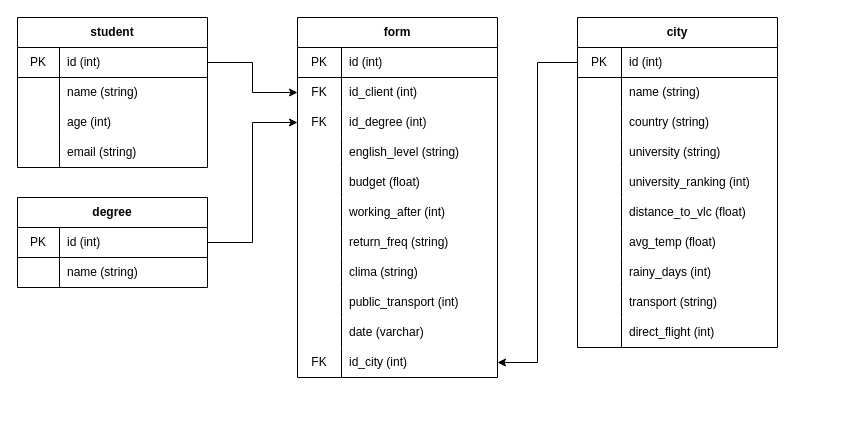
Earlier version of the draw.io diagram WakeTeam_db.drawio (viasmo1/edem-mda-DP1-wake). Source tidied: cells renumbered, new cells numbered last; positions are measured from the earlier drawing's top-left corner, leaving out a move shared by most shapes. Both pictures are drawn from the tidied source at 100%, with x=0, y=0 at pixel (17, 17).
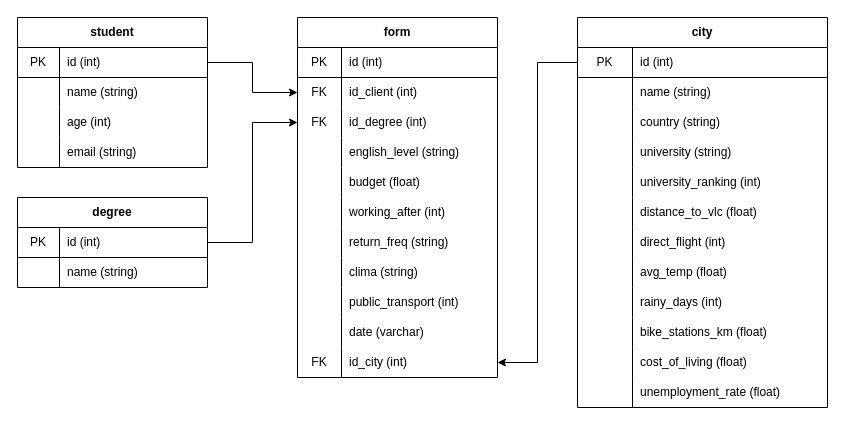
The same diagram, later.

Diff of the diagram source:
```diff
@@
     <mxCell id="15" value="city" style="shape=table;html=1;whiteSpace=wrap;startSize=30;childLayout=tableLayout;rowLines=0;fontStyle=1;align=center;" parent="1" vertex="1">
-      <mxGeometry x="560" width="200" height="330" as="geometry" />
+      <mxGeometry x="560" width="250" height="390" as="geometry" />
     </mxCell>
     <mxCell id="16" style="shape=partialRectangle;html=1;whiteSpace=wrap;fillColor=none;top=0;left=0;bottom=1;right=0;points=[[0,0.5],[1,0.5]];portConstraint=eastwest;" parent="15" vertex="1">
-      <mxGeometry y="30" width="200" height="30" as="geometry" />
+      <mxGeometry y="30" width="250" height="30" as="geometry" />
     </mxCell>
     <mxCell id="17" value="PK" style="shape=partialRectangle;html=1;whiteSpace=wrap;fillColor=none;top=0;left=0;bottom=0;right=0;overflow=hidden;" parent="16" vertex="1">
-      <mxGeometry width="44" height="30" as="geometry" />
+      <mxGeometry width="55" height="30" as="geometry" />
     </mxCell>
     <mxCell id="18" value="id (int)" style="shape=partialRectangle;html=1;whiteSpace=wrap;fillColor=none;top=0;left=0;bottom=0;right=0;align=left;spacingLeft=6;overflow=hidden;" parent="16" vertex="1">
-      <mxGeometry x="44" width="156" height="30" as="geometry" />
+      <mxGeometry x="55" width="195" height="30" as="geometry" />
     </mxCell>
     <mxCell id="19" style="shape=partialRectangle;html=1;whiteSpace=wrap;fillColor=none;top=0;left=0;bottom=0;right=0;" parent="15" vertex="1">
-      <mxGeometry y="60" width="200" height="30" as="geometry" />
+      <mxGeometry y="60" width="250" height="30" as="geometry" />
     </mxCell>
     <mxCell id="20" style="shape=partialRectangle;html=1;whiteSpace=wrap;fillColor=none;top=0;left=0;bottom=0;right=0;overflow=hidden;" parent="19" vertex="1">
-      <mxGeometry width="44" height="30" as="geometry" />
+      <mxGeometry width="55" height="30" as="geometry" />
     </mxCell>
     <mxCell id="21" value="name (string)" style="shape=partialRectangle;html=1;whiteSpace=wrap;fillColor=none;top=0;left=0;bottom=0;right=0;align=left;spacingLeft=6;overflow=hidden;" parent="19" vertex="1">
-      <mxGeometry x="44" width="156" height="30" as="geometry" />
+      <mxGeometry x="55" width="195" height="30" as="geometry" />
     </mxCell>
     <mxCell id="22" style="shape=partialRectangle;html=1;whiteSpace=wrap;fillColor=none;top=0;left=0;bottom=0;right=0;" parent="15" vertex="1">
-      <mxGeometry y="90" width="200" height="30" as="geometry" />
+      <mxGeometry y="90" width="250" height="30" as="geometry" />
     </mxCell>
     <mxCell id="23" style="shape=partialRectangle;html=1;whiteSpace=wrap;fillColor=none;top=0;left=0;bottom=0;right=0;overflow=hidden;" parent="22" vertex="1">
-      <mxGeometry width="44" height="30" as="geometry" />
+      <mxGeometry width="55" height="30" as="geometry" />
     </mxCell>
     <mxCell id="24" value="country (string)" style="shape=partialRectangle;html=1;whiteSpace=wrap;fillColor=none;top=0;left=0;bottom=0;right=0;align=left;spacingLeft=6;overflow=hidden;" parent="22" vertex="1">
-      <mxGeometry x="44" width="156" height="30" as="geometry" />
+      <mxGeometry x="55" width="195" height="30" as="geometry" />
     </mxCell>
     <mxCell id="25" style="shape=partialRectangle;html=1;whiteSpace=wrap;fillColor=none;top=0;left=0;bottom=0;right=0;" parent="15" vertex="1">
-      <mxGeometry y="120" width="200" height="30" as="geometry" />
+      <mxGeometry y="120" width="250" height="30" as="geometry" />
     </mxCell>
     <mxCell id="26" style="shape=partialRectangle;html=1;whiteSpace=wrap;fillColor=none;top=0;left=0;bottom=0;right=0;overflow=hidden;" parent="25" vertex="1">
-      <mxGeometry width="44" height="30" as="geometry" />
+      <mxGeometry width="55" height="30" as="geometry" />
     </mxCell>
     <mxCell id="27" value="university (string)" style="shape=partialRectangle;html=1;whiteSpace=wrap;fillColor=none;top=0;left=0;bottom=0;right=0;align=left;spacingLeft=6;overflow=hidden;" parent="25" vertex="1">
-      <mxGeometry x="44" width="156" height="30" as="geometry" />
+      <mxGeometry x="55" width="195" height="30" as="geometry" />
     </mxCell>
     <mxCell id="28" style="shape=partialRectangle;html=1;whiteSpace=wrap;fillColor=none;top=0;left=0;bottom=0;right=0;" parent="15" vertex="1">
-      <mxGeometry y="150" width="200" height="30" as="geometry" />
+      <mxGeometry y="150" width="250" height="30" as="geometry" />
     </mxCell>
     <mxCell id="29" style="shape=partialRectangle;html=1;whiteSpace=wrap;fillColor=none;top=0;left=0;bottom=0;right=0;overflow=hidden;" parent="28" vertex="1">
-      <mxGeometry width="44" height="30" as="geometry" />
+      <mxGeometry width="55" height="30" as="geometry" />
     </mxCell>
     <mxCell id="30" value="university_ranking (int)" style="shape=partialRectangle;html=1;whiteSpace=wrap;fillColor=none;top=0;left=0;bottom=0;right=0;align=left;spacingLeft=6;overflow=hidden;" parent="28" vertex="1">
-      <mxGeometry x="44" width="156" height="30" as="geometry" />
+      <mxGeometry x="55" width="195" height="30" as="geometry" />
     </mxCell>
     <mxCell id="31" style="shape=partialRectangle;html=1;whiteSpace=wrap;fillColor=none;top=0;left=0;bottom=0;right=0;" parent="15" vertex="1">
-      <mxGeometry y="180" width="200" height="30" as="geometry" />
+      <mxGeometry y="180" width="250" height="30" as="geometry" />
     </mxCell>
     <mxCell id="32" style="shape=partialRectangle;html=1;whiteSpace=wrap;fillColor=none;top=0;left=0;bottom=0;right=0;overflow=hidden;" parent="31" vertex="1">
-      <mxGeometry width="44" height="30" as="geometry" />
+      <mxGeometry width="55" height="30" as="geometry" />
     </mxCell>
     <mxCell id="33" value="distance_to_vlc (float)" style="shape=partialRectangle;html=1;whiteSpace=wrap;fillColor=none;top=0;left=0;bottom=0;right=0;align=left;spacingLeft=6;overflow=hidden;" parent="31" vertex="1">
-      <mxGeometry x="44" width="156" height="30" as="geometry" />
+      <mxGeometry x="55" width="195" height="30" as="geometry" />
     </mxCell>
+    <mxCell id="43" style="shape=partialRectangle;html=1;whiteSpace=wrap;fillColor=none;top=0;left=0;bottom=0;right=0;" parent="15" vertex="1">
+      <mxGeometry y="210" width="250" height="30" as="geometry" />
+    </mxCell>
+    <mxCell id="44" style="shape=partialRectangle;html=1;whiteSpace=wrap;fillColor=none;top=0;left=0;bottom=0;right=0;overflow=hidden;" parent="43" vertex="1">
+      <mxGeometry width="55" height="30" as="geometry" />
+    </mxCell>
+    <mxCell id="45" value="direct_flight (int)" style="shape=partialRectangle;html=1;whiteSpace=wrap;fillColor=none;top=0;left=0;bottom=0;right=0;align=left;spacingLeft=6;overflow=hidden;" parent="43" vertex="1">
+      <mxGeometry x="55" width="195" height="30" as="geometry" />
+    </mxCell>
     <mxCell id="34" style="shape=partialRectangle;html=1;whiteSpace=wrap;fillColor=none;top=0;left=0;bottom=0;right=0;" parent="15" vertex="1">
-      <mxGeometry y="210" width="200" height="30" as="geometry" />
+      <mxGeometry y="240" width="250" height="30" as="geometry" />
     </mxCell>
     <mxCell id="35" style="shape=partialRectangle;html=1;whiteSpace=wrap;fillColor=none;top=0;left=0;bottom=0;right=0;overflow=hidden;" parent="34" vertex="1">
-      <mxGeometry width="44" height="30" as="geometry" />
+      <mxGeometry width="55" height="30" as="geometry" />
     </mxCell>
     <mxCell id="36" value="avg_temp (float)" style="shape=partialRectangle;html=1;whiteSpace=wrap;fillColor=none;top=0;left=0;bottom=0;right=0;align=left;spacingLeft=6;overflow=hidden;" parent="34" vertex="1">
-      <mxGeometry x="44" width="156" height="30" as="geometry" />
+      <mxGeometry x="55" width="195" height="30" as="geometry" />
     </mxCell>
     <mxCell id="37" style="shape=partialRectangle;html=1;whiteSpace=wrap;fillColor=none;top=0;left=0;bottom=0;right=0;" parent="15" vertex="1">
-      <mxGeometry y="240" width="200" height="30" as="geometry" />
+      <mxGeometry y="270" width="250" height="30" as="geometry" />
     </mxCell>
     <mxCell id="38" style="shape=partialRectangle;html=1;whiteSpace=wrap;fillColor=none;top=0;left=0;bottom=0;right=0;overflow=hidden;" parent="37" vertex="1">
-      <mxGeometry width="44" height="30" as="geometry" />
+      <mxGeometry width="55" height="30" as="geometry" />
     </mxCell>
     <mxCell id="39" value="rainy_days (int)" style="shape=partialRectangle;html=1;whiteSpace=wrap;fillColor=none;top=0;left=0;bottom=0;right=0;align=left;spacingLeft=6;overflow=hidden;" parent="37" vertex="1">
-      <mxGeometry x="44" width="156" height="30" as="geometry" />
+      <mxGeometry x="55" width="195" height="30" as="geometry" />
     </mxCell>
     <mxCell id="40" style="shape=partialRectangle;html=1;whiteSpace=wrap;fillColor=none;top=0;left=0;bottom=0;right=0;" parent="15" vertex="1">
-      <mxGeometry y="270" width="200" height="30" as="geometry" />
+      <mxGeometry y="300" width="250" height="30" as="geometry" />
     </mxCell>
     <mxCell id="41" style="shape=partialRectangle;html=1;whiteSpace=wrap;fillColor=none;top=0;left=0;bottom=0;right=0;overflow=hidden;" parent="40" vertex="1">
-      <mxGeometry width="44" height="30" as="geometry" />
+      <mxGeometry width="55" height="30" as="geometry" />
     </mxCell>
-    <mxCell id="42" value="transport (string)" style="shape=partialRectangle;html=1;whiteSpace=wrap;fillColor=none;top=0;left=0;bottom=0;right=0;align=left;spacingLeft=6;overflow=hidden;" parent="40" vertex="1">
-      <mxGeometry x="44" width="156" height="30" as="geometry" />
+    <mxCell id="42" value="bike_stations_km (float)" style="shape=partialRectangle;html=1;whiteSpace=wrap;fillColor=none;top=0;left=0;bottom=0;right=0;align=left;spacingLeft=6;overflow=hidden;" parent="40" vertex="1">
+      <mxGeometry x="55" width="195" height="30" as="geometry" />
     </mxCell>
-    <mxCell id="43" style="shape=partialRectangle;html=1;whiteSpace=wrap;fillColor=none;top=0;left=0;bottom=0;right=0;" parent="15" vertex="1">
-      <mxGeometry y="300" width="200" height="30" as="geometry" />
-    </mxCell>
-    <mxCell id="44" style="shape=partialRectangle;html=1;whiteSpace=wrap;fillColor=none;top=0;left=0;bottom=0;right=0;overflow=hidden;" parent="43" vertex="1">
-      <mxGeometry width="44" height="30" as="geometry" />
-    </mxCell>
-    <mxCell id="45" value="direct_flight (int)" style="shape=partialRectangle;html=1;whiteSpace=wrap;fillColor=none;top=0;left=0;bottom=0;right=0;align=left;spacingLeft=6;overflow=hidden;" parent="43" vertex="1">
-      <mxGeometry x="44" width="156" height="30" as="geometry" />
-    </mxCell>
+    <mxCell id="90" style="shape=partialRectangle;html=1;whiteSpace=wrap;fillColor=none;top=0;left=0;bottom=0;right=0;" parent="15" vertex="1">
+      <mxGeometry y="330" width="250" height="30" as="geometry" />
+    </mxCell>
+    <mxCell id="91" style="shape=partialRectangle;html=1;whiteSpace=wrap;fillColor=none;top=0;left=0;bottom=0;right=0;overflow=hidden;" parent="90" vertex="1">
+      <mxGeometry width="55" height="30" as="geometry" />
+    </mxCell>
+    <mxCell id="92" value="cost_of_living (float)" style="shape=partialRectangle;html=1;whiteSpace=wrap;fillColor=none;top=0;left=0;bottom=0;right=0;align=left;spacingLeft=6;overflow=hidden;" parent="90" vertex="1">
+      <mxGeometry x="55" width="195" height="30" as="geometry" />
+    </mxCell>
+    <mxCell id="93" style="shape=partialRectangle;html=1;whiteSpace=wrap;fillColor=none;top=0;left=0;bottom=0;right=0;" parent="15" vertex="1">
+      <mxGeometry y="360" width="250" height="30" as="geometry" />
+    </mxCell>
+    <mxCell id="94" style="shape=partialRectangle;html=1;whiteSpace=wrap;fillColor=none;top=0;left=0;bottom=0;right=0;overflow=hidden;" parent="93" vertex="1">
+      <mxGeometry width="55" height="30" as="geometry" />
+    </mxCell>
+    <mxCell id="95" value="unemployment_rate (float)" style="shape=partialRectangle;html=1;whiteSpace=wrap;fillColor=none;top=0;left=0;bottom=0;right=0;align=left;spacingLeft=6;overflow=hidden;" parent="93" vertex="1">
+      <mxGeometry x="55" width="195" height="30" as="geometry" />
+    </mxCell>
```
